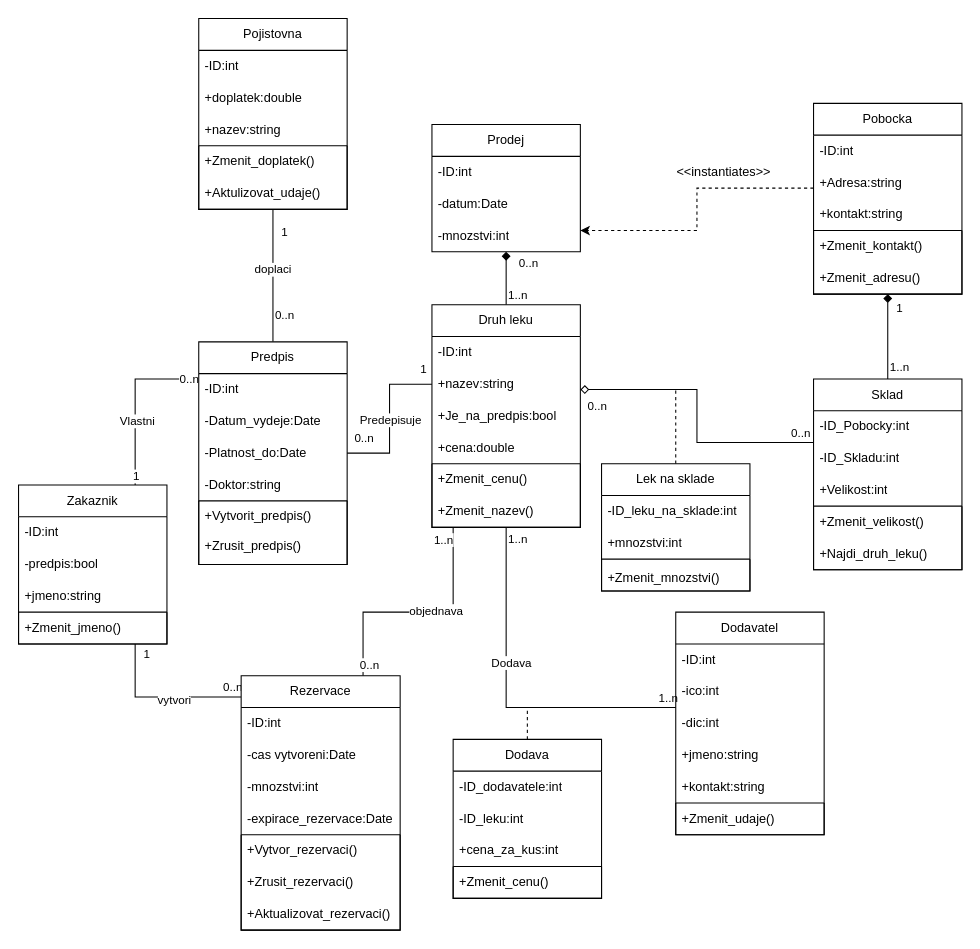
Earlier version of the draw.io diagram IUS projekt diagram trid.drawio (tada66/IUS-projekt). Source tidied: cells renumbered, new cells numbered last; positions are measured from the earlier drawing's top-left corner, leaving out a move shared by most shapes. Both pictures are drawn from the tidied source at 106%, with x=0, y=0 at pixel (18, 18).
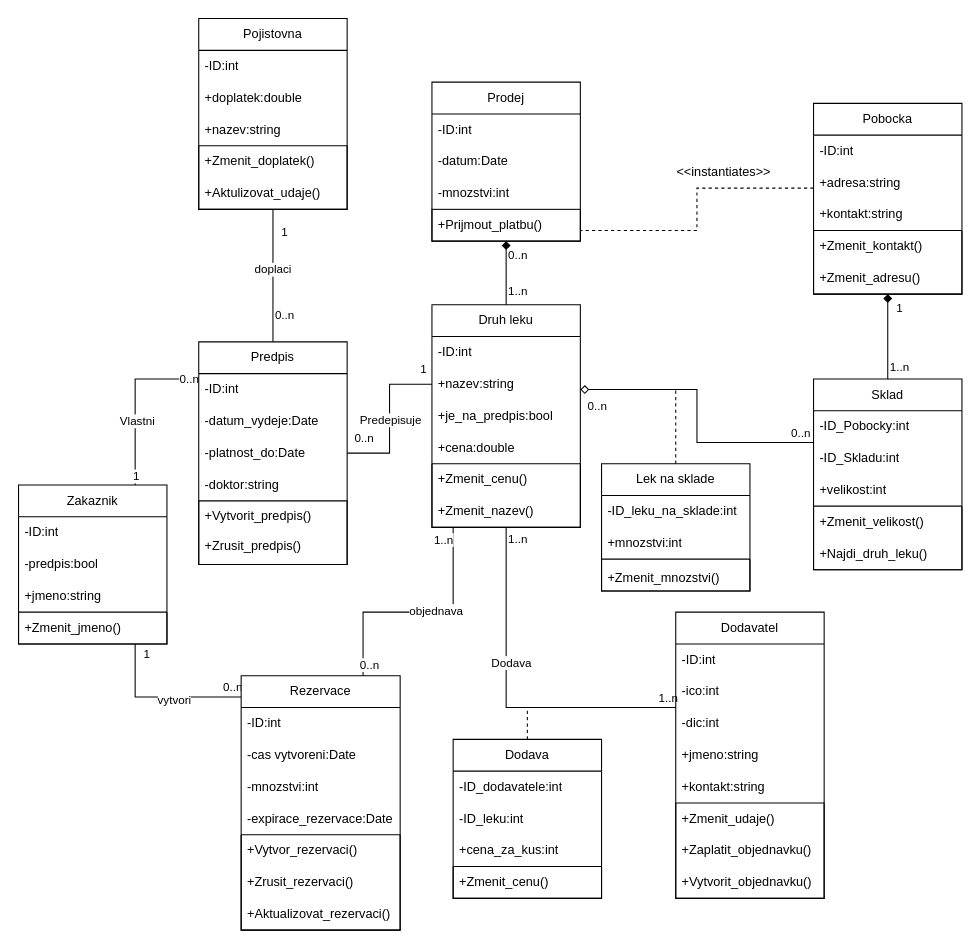
Above is the later version.

Unchanged cells that the change refers to:
```xml
<mxCell id="2" style="edgeStyle=orthogonalEdgeStyle;rounded=0;jettySize=auto;html=1;endArrow=diamond;endFill=1;" parent="1" edge="1" source="5" target="71">
  <mxGeometry relative="1" as="geometry" />
</mxCell>
<mxCell id="5" value="Druh leku" style="swimlane;fontStyle=0;horizontal=1;startSize=30;whiteSpace=wrap;html=1;" parent="1" vertex="1">
  <mxGeometry x="390" y="270" width="140" height="210" as="geometry" />
</mxCell>
<mxCell id="14" value="Pobocka" style="swimlane;fontStyle=0;horizontal=1;startSize=30;whiteSpace=wrap;html=1;" parent="1" vertex="1">
  <mxGeometry x="750" y="80" width="140" height="180" as="geometry" />
</mxCell>
<mxCell id="27" value="Sklad" style="swimlane;fontStyle=0;horizontal=1;startSize=30;whiteSpace=wrap;html=1;" parent="1" vertex="1">
  <mxGeometry x="750" y="340" width="140" height="180" as="geometry" />
</mxCell>
<mxCell id="92" value="Predpis" style="swimlane;fontStyle=0;horizontal=1;startSize=30;whiteSpace=wrap;html=1;" parent="1" vertex="1">
  <mxGeometry x="170" y="305" width="140" height="210" as="geometry" />
</mxCell>
```

The edit, as a diff of the source:
```diff
@@
     <mxCell id="4" value="0..n" style="edgeLabel;html=1;align=center;verticalAlign=middle;" parent="2" vertex="1">
       <mxGeometry x="0.61" relative="1" as="geometry">
-        <mxPoint x="20" as="offset" />
+        <mxPoint x="10" as="offset" />
       </mxGeometry>
     </mxCell>
@@
-    <mxCell id="8" value="&lt;div&gt;+Je_na_predpis:bool&lt;/div&gt;" style="text;strokeColor=none;fillColor=none;align=left;verticalAlign=middle;spacingLeft=4;spacingRight=4;overflow=hidden;whiteSpace=wrap;html=1;" parent="5" vertex="1">
+    <mxCell id="8" value="&lt;div&gt;+je_na_predpis:bool&lt;/div&gt;" style="text;strokeColor=none;fillColor=none;align=left;verticalAlign=middle;spacingLeft=4;spacingRight=4;overflow=hidden;whiteSpace=wrap;html=1;" parent="5" vertex="1">
       <mxGeometry y="90" width="140" height="30" as="geometry" />
     </mxCell>
@@
-    <mxCell id="13" style="edgeStyle=orthogonalEdgeStyle;rounded=0;jettySize=auto;html=1;endArrow=classic;endFill=1;startArrow=none;startFill=0;dashed=1;" parent="1" edge="1" source="14" target="71">
+    <mxCell id="13" style="edgeStyle=orthogonalEdgeStyle;rounded=0;jettySize=auto;html=1;endArrow=none;endFill=0;startArrow=none;startFill=0;dashed=1;" parent="1" edge="1" source="14" target="71">
       <mxGeometry relative="1" as="geometry">
         <Array as="points">
           <mxPoint x="640" y="160" />
           <mxPoint x="640" y="200" />
         </Array>
       </mxGeometry>
     </mxCell>
@@
-    <mxCell id="16" value="+Adresa:string" style="text;strokeColor=none;fillColor=none;align=left;verticalAlign=middle;spacingLeft=4;spacingRight=4;overflow=hidden;whiteSpace=wrap;html=1;" parent="14" vertex="1">
+    <mxCell id="16" value="+adresa:string" style="text;strokeColor=none;fillColor=none;align=left;verticalAlign=middle;spacingLeft=4;spacingRight=4;overflow=hidden;whiteSpace=wrap;html=1;" parent="14" vertex="1">
       <mxGeometry y="60" width="140" height="30" as="geometry" />
     </mxCell>
@@
-    <mxCell id="30" value="+Velikost:int" style="text;strokeColor=none;fillColor=none;align=left;verticalAlign=middle;spacingLeft=4;spacingRight=4;overflow=hidden;whiteSpace=wrap;html=1;" parent="27" vertex="1">
+    <mxCell id="30" value="+velikost:int" style="text;strokeColor=none;fillColor=none;align=left;verticalAlign=middle;spacingLeft=4;spacingRight=4;overflow=hidden;whiteSpace=wrap;html=1;" parent="27" vertex="1">
       <mxGeometry y="90" width="140" height="30" as="geometry" />
     </mxCell>
@@
     <mxCell id="38" value="Dodavatel" style="swimlane;fontStyle=0;horizontal=1;startSize=30;whiteSpace=wrap;html=1;" parent="1" vertex="1">
-      <mxGeometry x="620" y="560" width="140" height="210" as="geometry" />
+      <mxGeometry x="620" y="560" width="140" height="270" as="geometry" />
     </mxCell>
@@
     <mxCell id="44" style="swimlane;startSize=0;" parent="38" vertex="1">
-      <mxGeometry y="180" width="140" height="30" as="geometry" />
+      <mxGeometry y="180" width="140" height="90" as="geometry" />
     </mxCell>
@@
+    <mxCell id="114" value="+Zaplatit_objednavku()" style="text;strokeColor=none;fillColor=none;align=left;verticalAlign=middle;spacingLeft=4;spacingRight=4;overflow=hidden;whiteSpace=wrap;html=1;" parent="44" vertex="1">
+      <mxGeometry y="30" width="140" height="30" as="geometry" />
+    </mxCell>
+    <mxCell id="115" value="+Vytvorit_objednavku()" style="text;strokeColor=none;fillColor=none;align=left;verticalAlign=middle;spacingLeft=4;spacingRight=4;overflow=hidden;whiteSpace=wrap;html=1;" parent="44" vertex="1">
+      <mxGeometry y="60" width="140" height="30" as="geometry" />
+    </mxCell>
@@
     <mxCell id="71" value="Prodej" style="swimlane;fontStyle=0;horizontal=1;startSize=30;whiteSpace=wrap;html=1;" parent="1" vertex="1">
-      <mxGeometry x="390" y="100" width="140" height="120" as="geometry" />
+      <mxGeometry x="390" y="60" width="140" height="150" as="geometry" />
     </mxCell>
@@
+    <mxCell id="116" value="+Prijmout_platbu()" style="text;strokeColor=default;fillColor=none;align=left;verticalAlign=middle;spacingLeft=4;spacingRight=4;overflow=hidden;whiteSpace=wrap;html=1;" parent="71" vertex="1">
+      <mxGeometry y="120" width="140" height="30" as="geometry" />
+    </mxCell>
@@
-    <mxCell id="94" value="-Datum_vydeje:Date" style="text;strokeColor=none;fillColor=none;align=left;verticalAlign=middle;spacingLeft=4;spacingRight=4;overflow=hidden;whiteSpace=wrap;html=1;" parent="92" vertex="1">
+    <mxCell id="94" value="-datum_vydeje:Date" style="text;strokeColor=none;fillColor=none;align=left;verticalAlign=middle;spacingLeft=4;spacingRight=4;overflow=hidden;whiteSpace=wrap;html=1;" parent="92" vertex="1">
       <mxGeometry y="60" width="140" height="30" as="geometry" />
     </mxCell>
-    <mxCell id="95" value="-Platnost_do:Date" style="text;strokeColor=none;fillColor=none;align=left;verticalAlign=middle;spacingLeft=4;spacingRight=4;overflow=hidden;whiteSpace=wrap;html=1;" parent="92" vertex="1">
+    <mxCell id="95" value="-platnost_do:Date" style="text;strokeColor=none;fillColor=none;align=left;verticalAlign=middle;spacingLeft=4;spacingRight=4;overflow=hidden;whiteSpace=wrap;html=1;" parent="92" vertex="1">
       <mxGeometry y="90" width="140" height="30" as="geometry" />
     </mxCell>
-    <mxCell id="96" value="-Doktor:string" style="text;strokeColor=none;fillColor=none;align=left;verticalAlign=middle;spacingLeft=4;spacingRight=4;overflow=hidden;whiteSpace=wrap;html=1;" parent="92" vertex="1">
+    <mxCell id="96" value="-doktor:string" style="text;strokeColor=none;fillColor=none;align=left;verticalAlign=middle;spacingLeft=4;spacingRight=4;overflow=hidden;whiteSpace=wrap;html=1;" parent="92" vertex="1">
       <mxGeometry y="120" width="140" height="30" as="geometry" />
     </mxCell>
```
